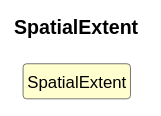
Above: cdif-uml-model/cdifDiscovery/Classes/SpatialExtent.svg in Cross-Domain-Interoperability-Framework/metadataBuildingBlocks (PlantUML), before the change. The source it was exported from:
```plantuml
@startuml
title SpatialExtent
hide circle
hide empty members
skinparam shadowing false
skinparam ArrowThickness 1.2
skinparam class {
  ArrowColor #404040
  BorderColor #404040
  FontSize 12
}

class "SpatialExtent" as SpatialExtent #FEFECE
@enduml
```
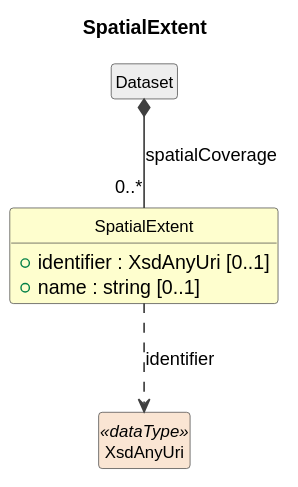
The same file after the commit.

What changed in the source:
```diff
@@ -10,5 +10,12 @@
   FontSize 12
 }
 
-class "SpatialExtent" as SpatialExtent #FEFECE
+class "SpatialExtent" as SpatialExtent #FEFECE {
+  +identifier : XsdAnyUri [0..1]
+  +name : string [0..1]
+}
+class "Dataset" as Dataset #EEEEEE
+Dataset *-- "0..*" SpatialExtent : spatialCoverage
+class "XsdAnyUri" as XsdAnyUri <<dataType>> #FAE5D3
+SpatialExtent ..> XsdAnyUri : identifier
 @enduml
```
